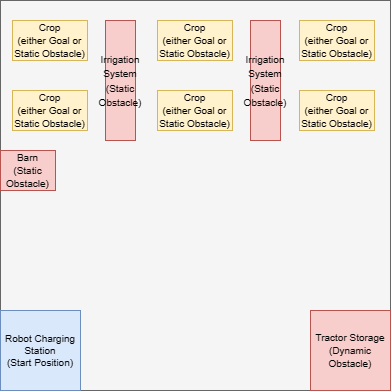
Above: scenarios/precision_farming_1.png in ethanmclark1/conav_suite (draw.io), before the change. Source tidied: cells renumbered, new cells last; positions are measured from the earlier drawing's top-left corner, leaving out a move shared by most shapes.
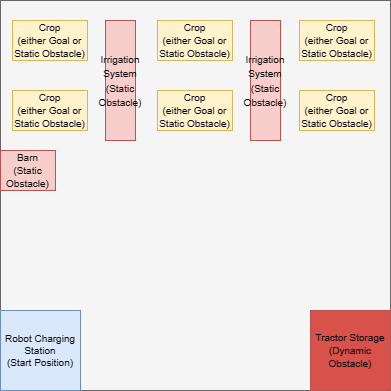
After the commit.

The edit, as a diff of the source:
```diff
@@ -8,7 +8,7 @@
     <mxCell id="3" value="Robot Charging Station&lt;br&gt;(Start Position)" style="whiteSpace=wrap;html=1;fillColor=#dae8fc;strokeColor=#6c8ebf;fontSize=10;" parent="1" vertex="1">
       <mxGeometry y="310" width="80" height="80" as="geometry" />
     </mxCell>
-    <mxCell id="4" value="&lt;font style=&quot;font-size: 10px;&quot;&gt;Tractor Storage&lt;br&gt;(Dynamic Obstacle)&lt;/font&gt;" style="rounded=0;whiteSpace=wrap;html=1;fillColor=#f8cecc;strokeColor=#b85450;fontSize=11;" parent="1" vertex="1">
+    <mxCell id="4" value="&lt;font style=&quot;font-size: 10px;&quot;&gt;Tractor Storage&lt;br&gt;(Dynamic Obstacle)&lt;/font&gt;" style="rounded=0;whiteSpace=wrap;html=1;fillColor=#D8524B;strokeColor=#b85450;fontSize=11;" parent="1" vertex="1">
       <mxGeometry x="310" y="310" width="80" height="80" as="geometry" />
     </mxCell>
     <mxCell id="5" value="&lt;font style=&quot;font-size: 10px;&quot;&gt;Irrigation System&lt;br&gt;(Static Obstacle)&lt;/font&gt;" style="rounded=0;whiteSpace=wrap;html=1;fillColor=#f8cecc;strokeColor=#b85450;" parent="1" vertex="1">
```
